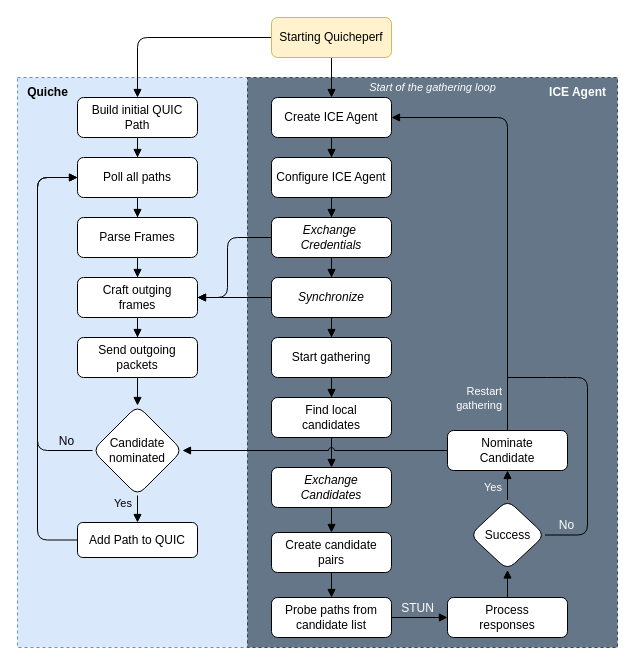
Above: resources/ICEAgentFlow.drawio in JustusvonderBeek/master-thesis-scripts-and-measures (draw.io), before the change. Source tidied: cells renumbered, new cells numbered last; positions are measured from the earlier drawing's top-left corner, leaving out a move shared by most shapes. Both pictures are drawn from the tidied source at 100%, with x=0, y=0 at pixel (17, 17).
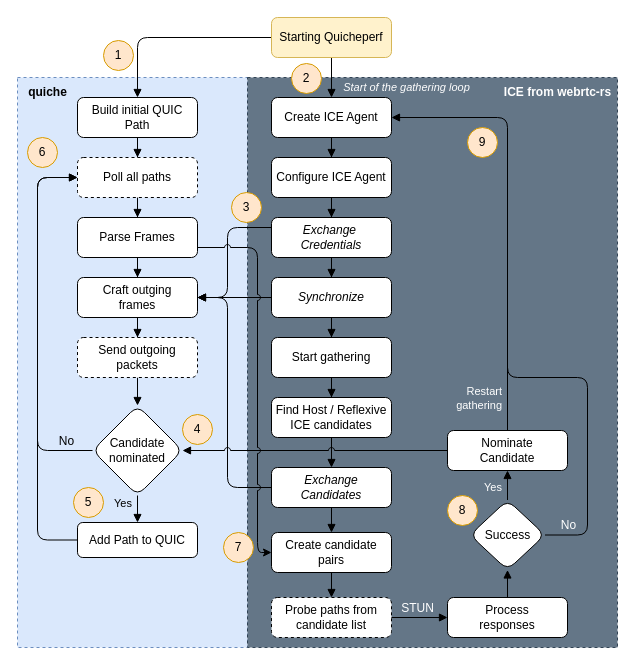
Above is the later version.

Unchanged cells that the change refers to:
```xml
<mxCell id="18" value="Exchange&lt;div&gt;Candidates&lt;/div&gt;" style="rounded=1;whiteSpace=wrap;html=1;fontSize=12;glass=0;strokeWidth=1;shadow=0;fontStyle=2;" parent="1" vertex="1">
  <mxGeometry x="254" y="450" width="120" height="40" as="geometry" />
</mxCell>
<mxCell id="20" value="Create candidate pairs" style="rounded=1;whiteSpace=wrap;html=1;fontSize=12;glass=0;strokeWidth=1;shadow=0;" parent="1" vertex="1">
  <mxGeometry x="254" y="515" width="120" height="40" as="geometry" />
</mxCell>
<mxCell id="32" value="Exchange&amp;nbsp;&lt;div&gt;Credentials&lt;/div&gt;" style="whiteSpace=wrap;html=1;rounded=1;glass=0;strokeWidth=1;shadow=0;fontStyle=2;" parent="1" vertex="1">
  <mxGeometry x="254" y="200" width="120" height="40" as="geometry" />
</mxCell>
<mxCell id="35" value="Synchronize" style="whiteSpace=wrap;html=1;rounded=1;glass=0;strokeWidth=1;shadow=0;fontStyle=2;" parent="1" vertex="1">
  <mxGeometry x="254" y="260" width="120" height="40" as="geometry" />
</mxCell>
<mxCell id="40" value="Craft outging&lt;div&gt;frames&lt;/div&gt;" style="rounded=1;whiteSpace=wrap;html=1;fontSize=12;glass=0;strokeWidth=1;shadow=0;" parent="1" vertex="1">
  <mxGeometry x="60" y="260" width="120" height="40" as="geometry" />
</mxCell>
<mxCell id="45" value="Parse Frames" style="rounded=1;whiteSpace=wrap;html=1;fontSize=12;glass=0;strokeWidth=1;shadow=0;" parent="1" vertex="1">
  <mxGeometry x="60" y="200" width="120" height="40" as="geometry" />
</mxCell>
<mxCell id="49" value="Success" style="rhombus;whiteSpace=wrap;html=1;rounded=1;glass=0;strokeWidth=1;shadow=0;" parent="1" vertex="1">
  <mxGeometry x="452.5" y="482.5" width="75" height="70" as="geometry" />
</mxCell>
```

Change to the diagram source:
```diff
@@
-    <mxCell id="16" value="Find local&lt;div&gt;candidates&lt;/div&gt;" style="rounded=1;whiteSpace=wrap;html=1;fontSize=12;glass=0;strokeWidth=1;shadow=0;" parent="1" vertex="1">
+    <mxCell id="16" value="Find Host / Reflexive&lt;div&gt;ICE candidates&lt;/div&gt;" style="rounded=1;whiteSpace=wrap;html=1;fontSize=12;glass=0;strokeWidth=1;shadow=0;" parent="1" vertex="1">
       <mxGeometry x="254" y="380" width="120" height="40" as="geometry" />
     </mxCell>
@@
+    <mxCell id="53" style="edgeStyle=orthogonalEdgeStyle;rounded=1;jettySize=auto;html=1;jumpStyle=arc;curved=0;" parent="1" edge="1" source="18" target="40">
+      <mxGeometry relative="1" as="geometry">
+        <Array as="points">
+          <mxPoint x="210" y="470" />
+          <mxPoint x="210" y="280" />
+        </Array>
+      </mxGeometry>
+    </mxCell>
@@
-    <mxCell id="22" value="Probe paths from candidate list" style="rounded=1;whiteSpace=wrap;html=1;fontSize=12;glass=0;strokeWidth=1;shadow=0;" parent="1" vertex="1">
+    <mxCell id="22" value="Probe paths from candidate list" style="rounded=1;whiteSpace=wrap;html=1;fontSize=12;glass=0;strokeWidth=1;shadow=0;dashed=1;" parent="1" vertex="1">
       <mxGeometry x="254" y="580" width="120" height="40" as="geometry" />
     </mxCell>
     <mxCell id="23" value="Start of the gathering loop" style="text;html=1;align=center;verticalAlign=middle;strokeColor=none;fillColor=none;fontSize=11;fontStyle=2;fontColor=#FFFFFF;spacing=0;" parent="1" vertex="1">
-      <mxGeometry x="340" y="60" width="150" height="20" as="geometry" />
+      <mxGeometry x="314" y="60" width="150" height="20" as="geometry" />
     </mxCell>
@@
-    <mxCell id="31" style="rounded=1;jettySize=auto;html=1;startArrow=none;startFill=0;edgeStyle=orthogonalEdgeStyle;curved=0;strokeColor=default;align=center;verticalAlign=middle;fontFamily=Helvetica;fontSize=11;fontColor=default;labelBackgroundColor=default;endArrow=block;endFill=1;" parent="1" edge="1" source="32" target="40">
+    <mxCell id="31" style="rounded=1;jettySize=auto;html=1;startArrow=none;startFill=0;edgeStyle=orthogonalEdgeStyle;curved=0;strokeColor=default;align=center;verticalAlign=middle;fontFamily=Helvetica;fontSize=11;fontColor=default;labelBackgroundColor=default;endArrow=block;endFill=1;jumpStyle=arc;" parent="1" edge="1" source="32" target="40">
       <mxGeometry relative="1" as="geometry">
         <Array as="points">
-          <mxPoint x="210" y="220" />
+          <mxPoint x="210" y="210" />
           <mxPoint x="210" y="280" />
         </Array>
       </mxGeometry>
     </mxCell>
@@
-    <mxCell id="34" style="edgeStyle=orthogonalEdgeStyle;rounded=0;jettySize=auto;html=1;strokeColor=default;align=center;verticalAlign=middle;fontFamily=Helvetica;fontSize=11;fontColor=default;labelBackgroundColor=default;endArrow=block;endFill=1;" parent="1" edge="1" source="35" target="40">
+    <mxCell id="34" style="edgeStyle=orthogonalEdgeStyle;rounded=0;jettySize=auto;html=1;strokeColor=default;align=center;verticalAlign=middle;fontFamily=Helvetica;fontSize=11;fontColor=default;labelBackgroundColor=default;endArrow=block;endFill=1;jumpStyle=arc;" parent="1" edge="1" source="35" target="40">
       <mxGeometry relative="1" as="geometry" />
     </mxCell>
@@
-    <mxCell id="39" value="Poll all&amp;nbsp;&lt;span style=&quot;background-color: initial;&quot;&gt;paths&lt;/span&gt;" style="rounded=1;whiteSpace=wrap;html=1;fontSize=12;glass=0;strokeWidth=1;shadow=0;" parent="1" vertex="1">
+    <mxCell id="39" value="Poll all&amp;nbsp;&lt;span style=&quot;background-color: initial;&quot;&gt;paths&lt;/span&gt;" style="rounded=1;whiteSpace=wrap;html=1;fontSize=12;glass=0;strokeWidth=1;shadow=0;dashed=1;" parent="1" vertex="1">
       <mxGeometry x="60" y="140" width="120" height="40" as="geometry" />
     </mxCell>
@@
-    <mxCell id="43" value="Send outgoing&lt;div&gt;packets&lt;/div&gt;" style="rounded=1;whiteSpace=wrap;html=1;fontSize=12;glass=0;strokeWidth=1;shadow=0;" parent="1" vertex="1">
+    <mxCell id="43" value="Send outgoing&lt;div&gt;packets&lt;/div&gt;" style="rounded=1;whiteSpace=wrap;html=1;fontSize=12;glass=0;strokeWidth=1;shadow=0;dashed=1;" parent="1" vertex="1">
       <mxGeometry x="60" y="320" width="120" height="40" as="geometry" />
     </mxCell>
@@
     <mxCell id="48" value="No" style="edgeStyle=orthogonalEdgeStyle;rounded=1;jettySize=auto;html=1;endArrow=none;endFill=0;verticalAlign=bottom;fontSize=12;labelBackgroundColor=none;fontColor=#FFFFFF;curved=0;" parent="1" edge="1" source="49">
       <mxGeometry x="-0.85" y="1" relative="1" as="geometry">
-        <mxPoint x="490" y="360" as="targetPoint" />
+        <mxPoint x="490" y="340" as="targetPoint" />
         <Array as="points">
-          <mxPoint x="570" y="517" />
+          <mxPoint x="570" y="518" />
           <mxPoint x="570" y="360" />
-          <mxPoint x="540" y="360" />
+          <mxPoint x="490" y="360" />
         </Array>
       </mxGeometry>
     </mxCell>
@@
-    <mxCell id="51" value="ICE Agent" style="text;html=1;align=center;verticalAlign=middle;strokeColor=none;fillColor=none;fontColor=#FFFFFF;fontStyle=1;" parent="1" vertex="1">
-      <mxGeometry x="520" y="60" width="80" height="30" as="geometry" />
+    <mxCell id="51" value="ICE from webrtc-rs" style="text;html=1;align=center;verticalAlign=middle;strokeColor=none;fillColor=none;fontColor=#FFFFFF;fontStyle=1;" parent="1" vertex="1">
+      <mxGeometry x="480" y="60" width="120" height="30" as="geometry" />
     </mxCell>
-    <mxCell id="52" value="Quiche" style="text;html=1;align=center;verticalAlign=middle;strokeColor=none;fillColor=none;fontStyle=1;" parent="1" vertex="1">
+    <mxCell id="52" value="quiche" style="text;html=1;align=center;verticalAlign=middle;strokeColor=none;fillColor=none;fontStyle=1;" parent="1" vertex="1">
       <mxGeometry y="60" width="60" height="30" as="geometry" />
     </mxCell>
+    <mxCell id="54" value="1" style="ellipse;whiteSpace=wrap;html=1;fillColor=#ffe6cc;strokeColor=#d79b00;" parent="1" vertex="1">
+      <mxGeometry x="86" y="23" width="30" height="30" as="geometry" />
+    </mxCell>
+    <mxCell id="55" value="6" style="ellipse;whiteSpace=wrap;html=1;fillColor=#ffe6cc;strokeColor=#d79b00;" parent="1" vertex="1">
+      <mxGeometry x="10" y="120" width="30" height="30" as="geometry" />
+    </mxCell>
+    <mxCell id="56" value="9" style="ellipse;whiteSpace=wrap;html=1;fillColor=#ffe6cc;strokeColor=#d79b00;" parent="1" vertex="1">
+      <mxGeometry x="450" y="110" width="30" height="30" as="geometry" />
+    </mxCell>
+    <mxCell id="57" value="2" style="ellipse;whiteSpace=wrap;html=1;fillColor=#ffe6cc;strokeColor=#d79b00;" parent="1" vertex="1">
+      <mxGeometry x="274" y="46" width="30" height="30" as="geometry" />
+    </mxCell>
+    <mxCell id="58" value="4" style="ellipse;whiteSpace=wrap;html=1;fillColor=#ffe6cc;strokeColor=#d79b00;" parent="1" vertex="1">
+      <mxGeometry x="165" y="397" width="30" height="30" as="geometry" />
+    </mxCell>
+    <mxCell id="59" value="5" style="ellipse;whiteSpace=wrap;html=1;fillColor=#ffe6cc;strokeColor=#d79b00;" parent="1" vertex="1">
+      <mxGeometry x="56" y="470" width="30" height="30" as="geometry" />
+    </mxCell>
+    <mxCell id="60" value="8" style="ellipse;whiteSpace=wrap;html=1;fillColor=#ffe6cc;strokeColor=#d79b00;" parent="1" vertex="1">
+      <mxGeometry x="430" y="478" width="30" height="30" as="geometry" />
+    </mxCell>
+    <mxCell id="61" value="3" style="ellipse;whiteSpace=wrap;html=1;fillColor=#ffe6cc;strokeColor=#d79b00;" parent="1" vertex="1">
+      <mxGeometry x="214" y="175" width="30" height="30" as="geometry" />
+    </mxCell>
+    <mxCell id="62" style="edgeStyle=orthogonalEdgeStyle;rounded=1;jettySize=auto;html=1;curved=0;jumpStyle=arc;" parent="1" edge="1" source="45" target="20">
+      <mxGeometry relative="1" as="geometry">
+        <Array as="points">
+          <mxPoint x="240" y="230" />
+          <mxPoint x="240" y="535" />
+        </Array>
+      </mxGeometry>
+    </mxCell>
+    <mxCell id="63" value="7" style="ellipse;whiteSpace=wrap;html=1;fillColor=#ffe6cc;strokeColor=#d79b00;" parent="1" vertex="1">
+      <mxGeometry x="206" y="515" width="30" height="30" as="geometry" />
+    </mxCell>
```
